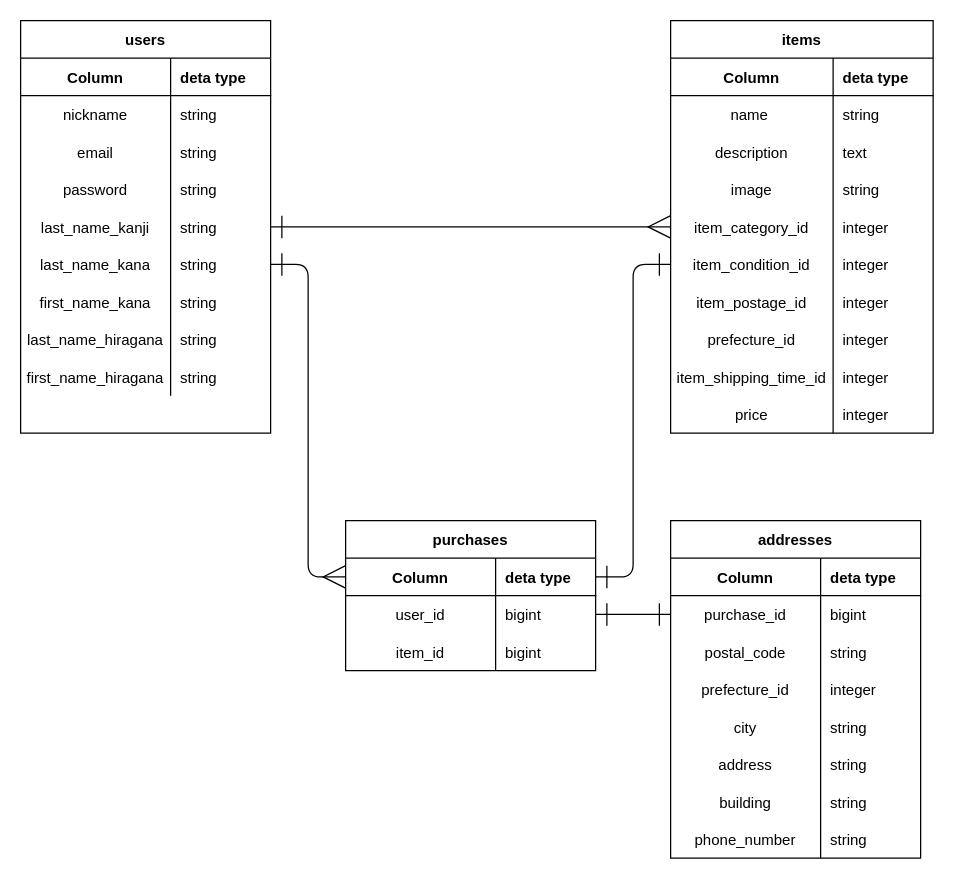
Before: ER.dio in Taninokuchi-Y/furima-41761, a draw.io diagram. Source tidied: cells renumbered, new cells numbered last; positions are measured from the earlier drawing's top-left corner, leaving out a move shared by most shapes. Both pictures are drawn from the tidied source at 125%, with x=0, y=0 at pixel (20, 20).
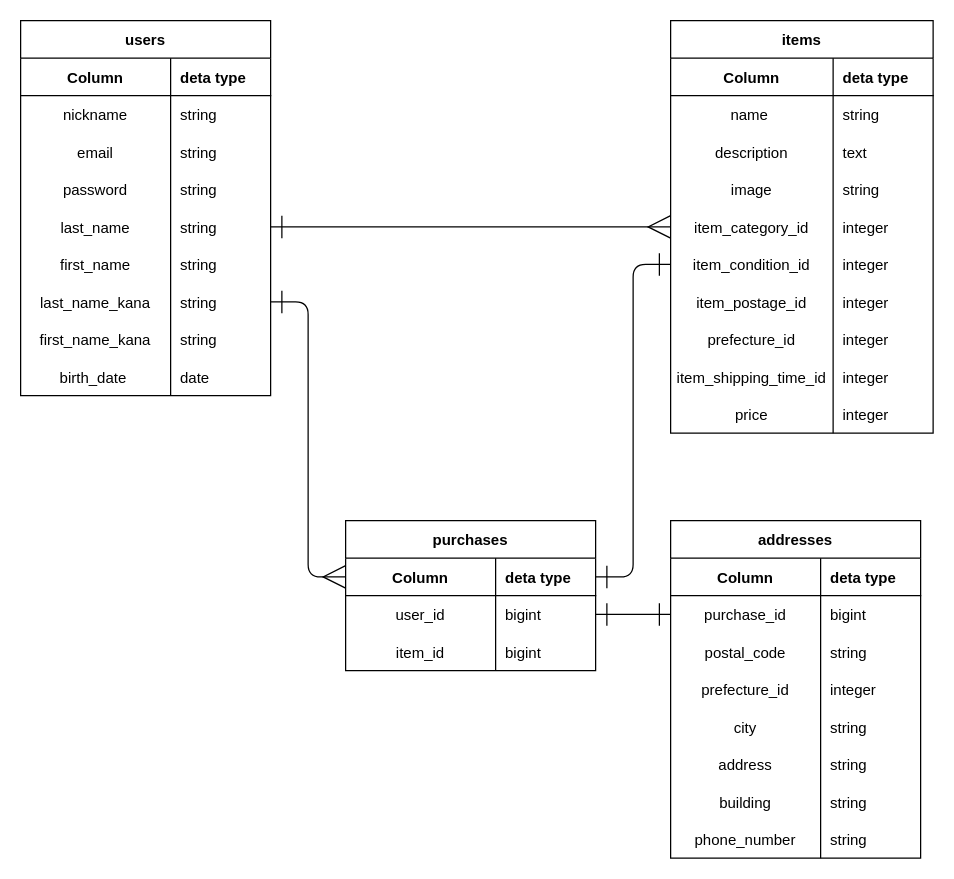
The same page after the edit.

Commit message (it also covers changes not shown here):
20241120_DBカラム修正

Unchanged cells that the change refers to:
```xml
<mxCell id="15" style="shape=tableRow;horizontal=0;startSize=0;swimlaneHead=0;swimlaneBody=0;fillColor=none;points=[[0,0.5],[1,0.5]];portConstraint=eastwest;top=0;left=0;right=0;bottom=0;" parent="2" vertex="1">
  <mxGeometry y="150" width="200" height="30" as="geometry" />
</mxCell>
<mxCell id="27" style="shape=tableRow;horizontal=0;startSize=0;swimlaneHead=0;swimlaneBody=0;fillColor=none;top=0;left=0;right=0;bottom=0;" parent="2" vertex="1">
  <mxGeometry y="270" width="200" height="30" as="geometry" />
</mxCell>
```

The edit, as a diff of the source:
```diff
@@
     <mxCell id="2" value="users" style="shape=table;startSize=30;childLayout=tableLayout;rowLines=0;fontStyle=1;align=center;verticalAlign=middle;" parent="1" vertex="1">
-      <mxGeometry width="200" height="330" as="geometry" />
+      <mxGeometry width="200" height="300" as="geometry" />
     </mxCell>
@@
-    <mxCell id="16" value="last_name_kanji" style="shape=partialRectangle;fillColor=none;top=0;left=0;bottom=0;right=0;overflow=hidden;" parent="15" vertex="1">
+    <mxCell id="16" value="last_name" style="shape=partialRectangle;fillColor=none;top=0;left=0;bottom=0;right=0;overflow=hidden;" parent="15" vertex="1">
       <mxGeometry width="120" height="30" as="geometry" />
     </mxCell>
@@
+    <mxCell id="100" style="shape=tableRow;horizontal=0;startSize=0;swimlaneHead=0;swimlaneBody=0;fillColor=none;top=0;left=0;right=0;bottom=0;" parent="2" vertex="1">
+      <mxGeometry y="180" width="200" height="30" as="geometry" />
+    </mxCell>
+    <mxCell id="101" value="first_name" style="shape=partialRectangle;fillColor=none;top=0;left=0;bottom=0;right=0;overflow=hidden;" parent="100" vertex="1">
+      <mxGeometry width="120" height="30" as="geometry" />
+    </mxCell>
+    <mxCell id="102" value="string" style="shape=partialRectangle;fillColor=none;top=0;left=0;bottom=0;right=0;align=left;spacingLeft=6;overflow=hidden;" parent="100" vertex="1">
+      <mxGeometry x="120" width="80" height="30" as="geometry" />
+    </mxCell>
     <mxCell id="18" style="shape=tableRow;horizontal=0;startSize=0;swimlaneHead=0;swimlaneBody=0;fillColor=none;points=[[0,0.5],[1,0.5]];portConstraint=eastwest;top=0;left=0;right=0;bottom=0;" parent="2" vertex="1">
-      <mxGeometry y="180" width="200" height="30" as="geometry" />
+      <mxGeometry y="210" width="200" height="30" as="geometry" />
     </mxCell>
@@
     <mxCell id="21" style="shape=tableRow;horizontal=0;startSize=0;swimlaneHead=0;swimlaneBody=0;fillColor=none;top=0;left=0;right=0;bottom=0;" parent="2" vertex="1">
-      <mxGeometry y="210" width="200" height="30" as="geometry" />
+      <mxGeometry y="240" width="200" height="30" as="geometry" />
     </mxCell>
@@
-    <mxCell id="24" style="shape=tableRow;horizontal=0;startSize=0;swimlaneHead=0;swimlaneBody=0;fillColor=none;top=0;left=0;right=0;bottom=0;" parent="2" vertex="1">
-      <mxGeometry y="240" width="200" height="30" as="geometry" />
-    </mxCell>
-    <mxCell id="25" value="last_name_hiragana" style="shape=partialRectangle;fillColor=none;top=0;left=0;bottom=0;right=0;overflow=hidden;" parent="24" vertex="1">
-      <mxGeometry width="120" height="30" as="geometry" />
-    </mxCell>
-    <mxCell id="26" value="string" style="shape=partialRectangle;fillColor=none;top=0;left=0;bottom=0;right=0;align=left;spacingLeft=6;overflow=hidden;" parent="24" vertex="1">
-      <mxGeometry x="120" width="80" height="30" as="geometry" />
-    </mxCell>
@@
-    <mxCell id="28" value="first_name_hiragana" style="shape=partialRectangle;fillColor=none;top=0;left=0;bottom=0;right=0;overflow=hidden;" parent="27" vertex="1">
-      <mxGeometry width="120" height="30" as="geometry" />
-    </mxCell>
-    <mxCell id="29" value="string" style="shape=partialRectangle;fillColor=none;top=0;left=0;bottom=0;right=0;align=left;spacingLeft=6;overflow=hidden;" parent="27" vertex="1">
-      <mxGeometry x="120" width="80" height="30" as="geometry" />
-    </mxCell>
+    <mxCell id="103" value="birth_date " style="shape=partialRectangle;fillColor=none;top=0;left=0;bottom=0;right=0;overflow=hidden;" parent="27" vertex="1">
+      <mxGeometry width="120" height="30" as="geometry" />
+    </mxCell>
+    <mxCell id="104" value="date" style="shape=partialRectangle;fillColor=none;top=0;left=0;bottom=0;right=0;align=left;spacingLeft=6;overflow=hidden;" parent="27" vertex="1">
+      <mxGeometry x="120" width="80" height="30" as="geometry" />
+    </mxCell>
```
